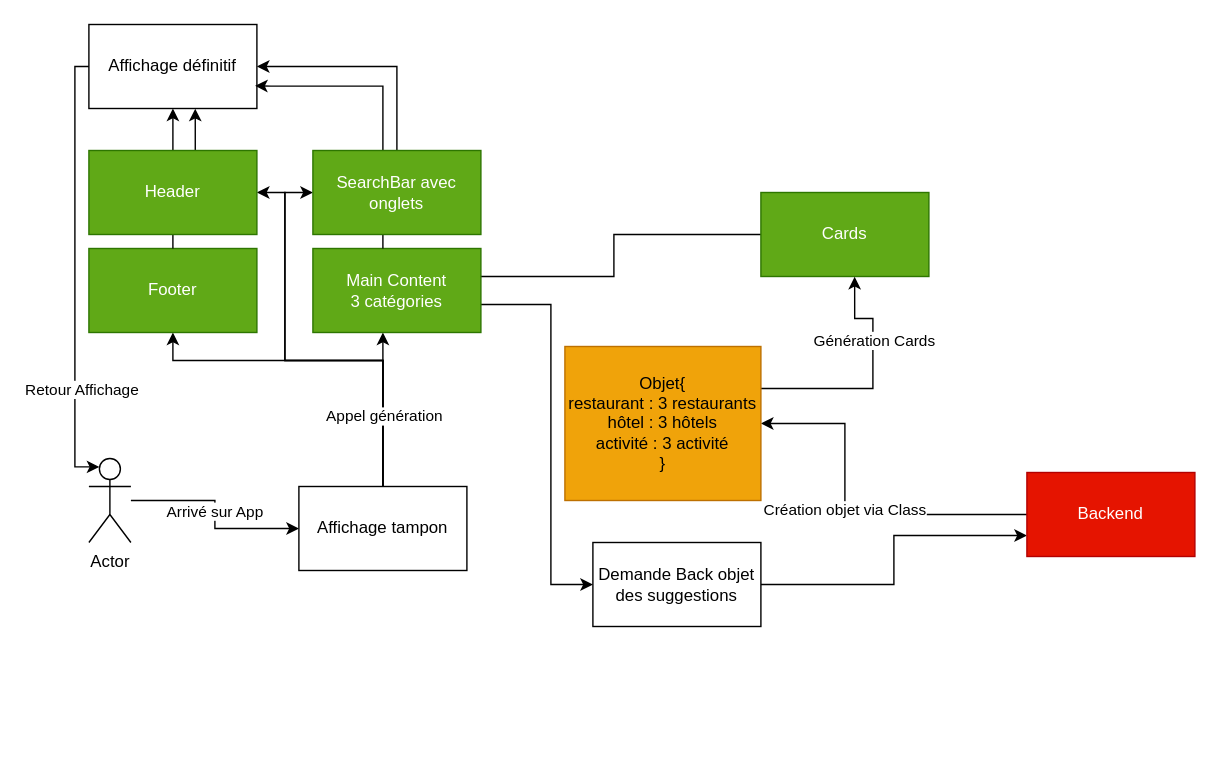
Before: Schemas/FirstPage.drawio in Aurelien0192/FrenchTravel_FrontEnd, a draw.io diagram. Source tidied: cells renumbered, new cells numbered last; positions are measured from the earlier drawing's top-left corner, leaving out a move shared by most shapes. Both pictures are drawn from the tidied source at 140%, with x=0, y=0 at pixel (74, 24).
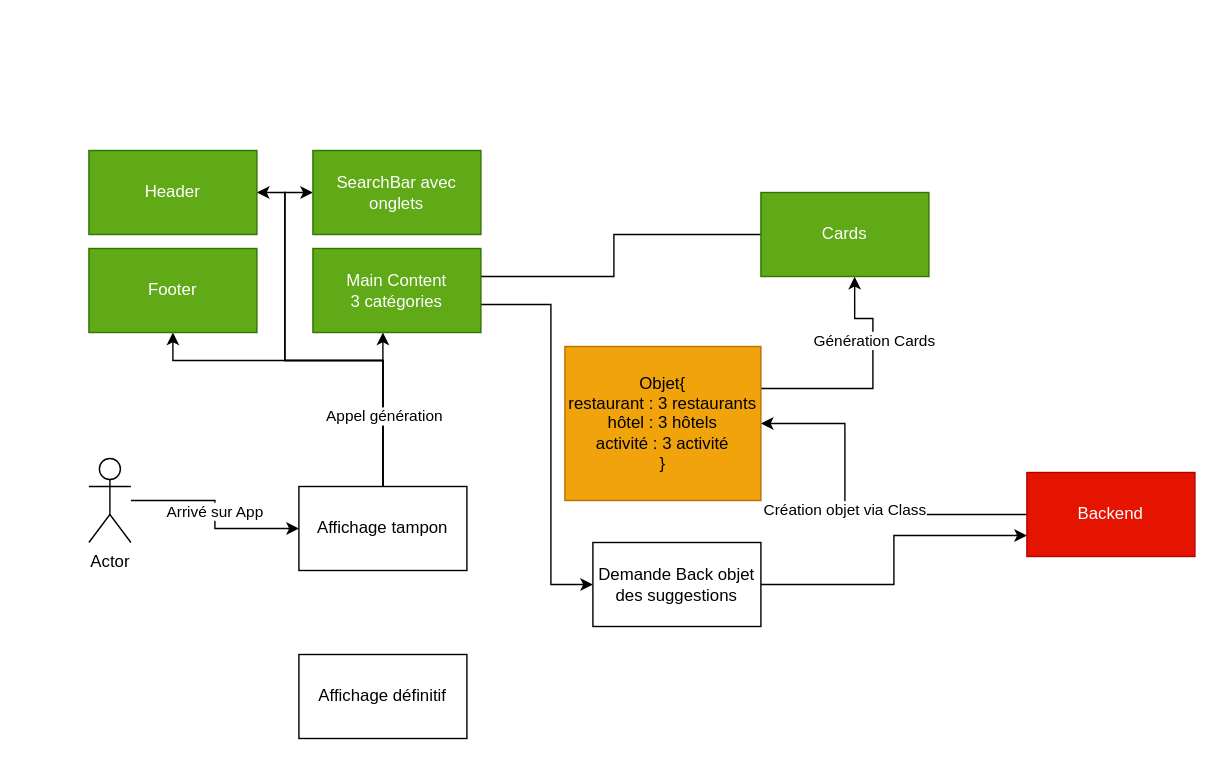
The same page after the edit.

The change refers to these unchanged cells:
```xml
<mxCell id="4" value="Actor" style="shape=umlActor;verticalLabelPosition=bottom;verticalAlign=top;html=1;outlineConnect=0;" parent="1" vertex="1">
  <mxGeometry x="10" y="310" width="30" height="60" as="geometry" />
</mxCell>
<mxCell id="13" value="Footer" style="rounded=0;whiteSpace=wrap;html=1;fillColor=#60a917;strokeColor=#2D7600;fontColor=#ffffff;" parent="1" vertex="1">
  <mxGeometry x="10" y="160" width="120" height="60" as="geometry" />
</mxCell>
```

The edit, as a diff of the source:
```diff
@@
-    <mxCell id="11" style="edgeStyle=orthogonalEdgeStyle;rounded=0;jettySize=auto;html=1;" parent="1" edge="1" source="28" target="26">
-      <mxGeometry relative="1" as="geometry" />
-    </mxCell>
-    <mxCell id="12" style="edgeStyle=orthogonalEdgeStyle;rounded=0;jettySize=auto;html=1;entryX=1;entryY=0.5;entryDx=0;entryDy=0;" parent="1" edge="1" source="30" target="26">
-      <mxGeometry relative="1" as="geometry">
-        <Array as="points">
-          <mxPoint x="230" y="30" />
-        </Array>
-      </mxGeometry>
-    </mxCell>
+    <mxCell id="28" value="Header" style="rounded=0;whiteSpace=wrap;html=1;fillColor=#60a917;strokeColor=#2D7600;fontColor=#ffffff;" parent="1" vertex="1">
+      <mxGeometry x="10" y="90" width="120" height="60" as="geometry" />
+    </mxCell>
+    <mxCell id="30" value="SearchBar avec onglets" style="rounded=0;whiteSpace=wrap;html=1;fillColor=#60a917;strokeColor=#2D7600;fontColor=#ffffff;" parent="1" vertex="1">
+      <mxGeometry x="170" y="90" width="120" height="60" as="geometry" />
+    </mxCell>
@@
     <mxCell id="26" value="Affichage définitif" style="rounded=0;whiteSpace=wrap;html=1;" parent="1" vertex="1">
-      <mxGeometry x="10" width="120" height="60" as="geometry" />
+      <mxGeometry x="160" y="450" width="120" height="60" as="geometry" />
     </mxCell>
-    <mxCell id="27" style="edgeStyle=orthogonalEdgeStyle;rounded=0;jettySize=auto;html=1;entryX=0.633;entryY=1.002;entryDx=0;entryDy=0;entryPerimeter=0;" parent="1" edge="1" source="13" target="26">
-      <mxGeometry relative="1" as="geometry" />
-    </mxCell>
-    <mxCell id="28" value="Header" style="rounded=0;whiteSpace=wrap;html=1;fillColor=#60a917;strokeColor=#2D7600;fontColor=#ffffff;" parent="1" vertex="1">
-      <mxGeometry x="10" y="90" width="120" height="60" as="geometry" />
-    </mxCell>
-    <mxCell id="29" style="edgeStyle=orthogonalEdgeStyle;rounded=0;jettySize=auto;html=1;entryX=0.989;entryY=0.73;entryDx=0;entryDy=0;entryPerimeter=0;" parent="1" edge="1" target="26">
-      <mxGeometry relative="1" as="geometry">
-        <mxPoint x="220" y="160" as="sourcePoint" />
-        <Array as="points">
-          <mxPoint x="220" y="44" />
-          <mxPoint x="140" y="44" />
-        </Array>
-      </mxGeometry>
-    </mxCell>
-    <mxCell id="30" value="SearchBar avec onglets" style="rounded=0;whiteSpace=wrap;html=1;fillColor=#60a917;strokeColor=#2D7600;fontColor=#ffffff;" parent="1" vertex="1">
-      <mxGeometry x="170" y="90" width="120" height="60" as="geometry" />
-    </mxCell>
-    <mxCell id="31" style="edgeStyle=orthogonalEdgeStyle;rounded=0;jettySize=auto;html=1;entryX=0.25;entryY=0.1;entryDx=0;entryDy=0;entryPerimeter=0;" parent="1" edge="1" source="26" target="4">
-      <mxGeometry relative="1" as="geometry">
-        <Array as="points">
-          <mxPoint y="30" />
-          <mxPoint y="316" />
-        </Array>
-      </mxGeometry>
-    </mxCell>
-    <mxCell id="32" value="Retour Affichage" style="edgeLabel;html=1;align=center;verticalAlign=middle;" parent="31" vertex="1">
-      <mxGeometry x="0.53" y="4" relative="1" as="geometry" />
-    </mxCell>
```
